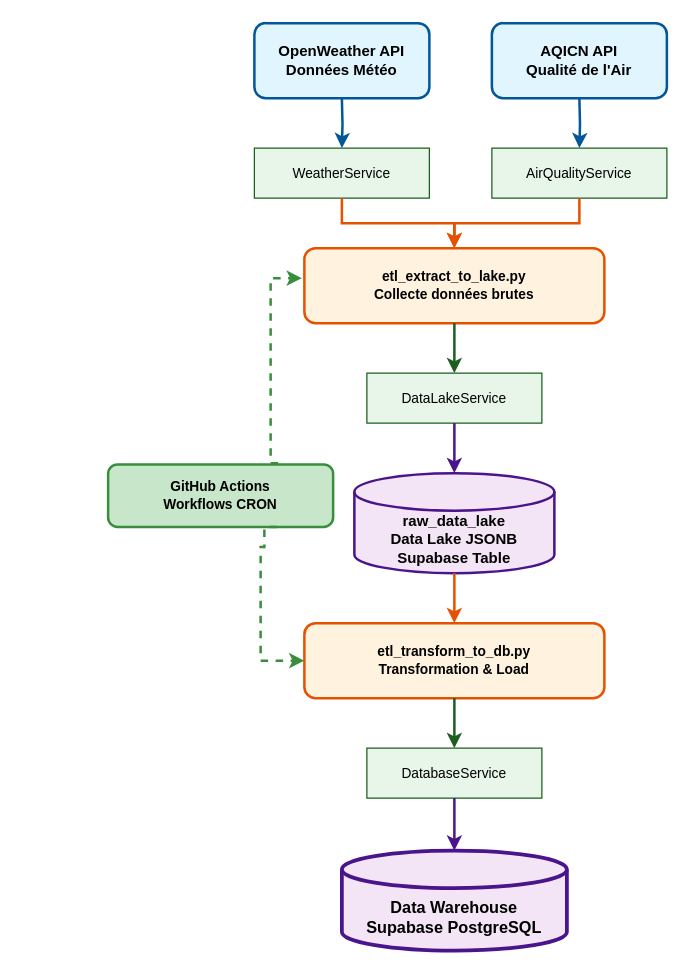
This is docs/architecture.drawio from Bastien-rab35/totalgreen-etl_2, a draw.io file, before an edit. Source tidied: cells renumbered, new cells numbered last; positions are measured from the earlier drawing's top-left corner, leaving out a move shared by most shapes. Both pictures are drawn from the tidied source at 125%, with x=0, y=0 at pixel (108, 22).
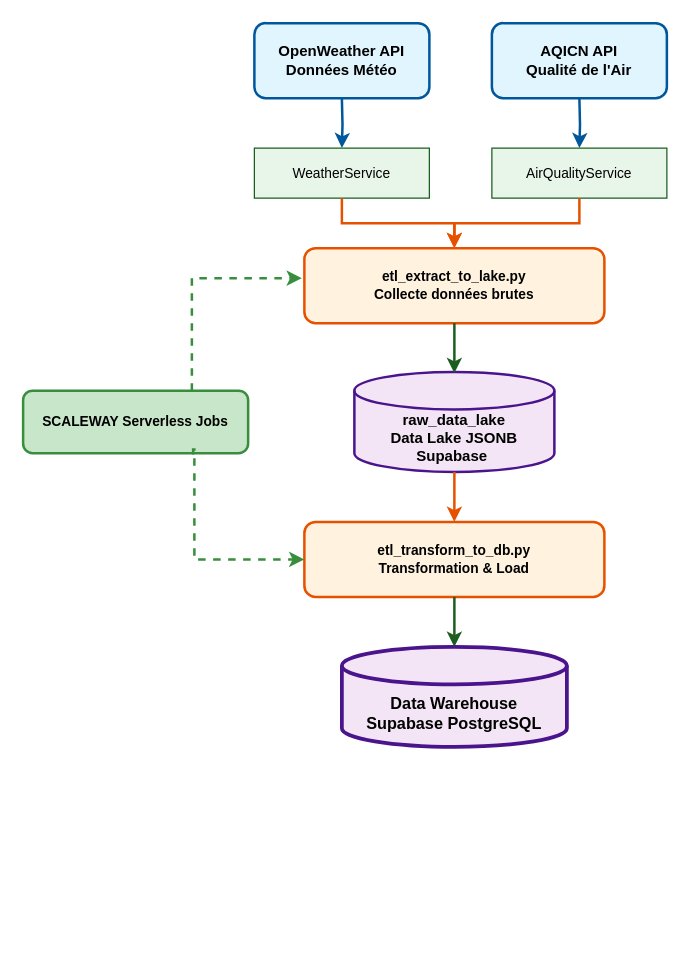
The same diagram, later.

The change refers to these unchanged cells:
```xml
<mxCell id="6" value="etl_extract_to_lake.py&#10;Collecte données brutes" style="rounded=1;whiteSpace=wrap;html=1;fillColor=#FFF3E0;strokeColor=#E65100;strokeWidth=2;fontSize=11;fontStyle=1;" parent="1" vertex="1">
  <mxGeometry x="157" y="180" width="240" height="60" as="geometry" />
</mxCell>
```

The edit, as a diff of the source:
```diff
@@
-    <mxCell id="7" value="DataLakeService" style="rounded=0;whiteSpace=wrap;html=1;fillColor=#E8F5E9;strokeColor=#1B5E20;fontSize=11;" parent="1" vertex="1">
-      <mxGeometry x="207" y="280" width="140" height="40" as="geometry" />
-    </mxCell>
-    <mxCell id="8" value="raw_data_lake&#10;Data Lake JSONB&#10;Supabase Table" style="shape=cylinder3;whiteSpace=wrap;html=1;boundedLbl=1;backgroundOutline=1;size=15;fillColor=#F3E5F5;strokeColor=#4A148C;strokeWidth=2;fontSize=12;fontStyle=1;" parent="1" vertex="1">
-      <mxGeometry x="197" y="360" width="160" height="80" as="geometry" />
+    <mxCell id="8" value="raw_data_lake&lt;br&gt;Data Lake JSONB&lt;br&gt;Supabase&amp;nbsp;" style="shape=cylinder3;whiteSpace=wrap;html=1;boundedLbl=1;backgroundOutline=1;size=15;fillColor=#F3E5F5;strokeColor=#4A148C;strokeWidth=2;fontSize=12;fontStyle=1;" parent="1" vertex="1">
+      <mxGeometry x="197" y="279" width="160" height="80" as="geometry" />
     </mxCell>
     <mxCell id="9" value="etl_transform_to_db.py&#10;Transformation &amp; Load" style="rounded=1;whiteSpace=wrap;html=1;fillColor=#FFF3E0;strokeColor=#E65100;strokeWidth=2;fontSize=11;fontStyle=1;" parent="1" vertex="1">
-      <mxGeometry x="157" y="480" width="240" height="60" as="geometry" />
+      <mxGeometry x="157" y="399" width="240" height="60" as="geometry" />
     </mxCell>
-    <mxCell id="10" value="DatabaseService" style="rounded=0;whiteSpace=wrap;html=1;fillColor=#E8F5E9;strokeColor=#1B5E20;fontSize=11;" parent="1" vertex="1">
-      <mxGeometry x="207" y="580" width="140" height="40" as="geometry" />
-    </mxCell>
     <mxCell id="11" value="Data Warehouse&#10;Supabase PostgreSQL" style="shape=cylinder3;whiteSpace=wrap;html=1;boundedLbl=1;backgroundOutline=1;size=15;fillColor=#F3E5F5;strokeColor=#4A148C;strokeWidth=3;fontSize=13;fontStyle=1;" parent="1" vertex="1">
-      <mxGeometry x="187" y="662" width="180" height="80" as="geometry" />
+      <mxGeometry x="187" y="499" width="180" height="80" as="geometry" />
     </mxCell>
@@
-    <mxCell id="16" style="edgeStyle=orthogonalEdgeStyle;rounded=0;jettySize=auto;html=1;strokeWidth=2;strokeColor=#1B5E20;" parent="1" edge="1" source="6" target="7">
-      <mxGeometry relative="1" as="geometry" />
+    <mxCell id="16" style="edgeStyle=orthogonalEdgeStyle;rounded=0;jettySize=auto;html=1;strokeWidth=2;strokeColor=#1B5E20;" parent="1" edge="1" source="6">
+      <mxGeometry relative="1" as="geometry">
+        <mxPoint x="277" y="280" as="targetPoint" />
+      </mxGeometry>
     </mxCell>
-    <mxCell id="17" style="edgeStyle=orthogonalEdgeStyle;rounded=0;jettySize=auto;html=1;strokeWidth=2;strokeColor=#4A148C;" parent="1" edge="1" source="7" target="8">
-      <mxGeometry relative="1" as="geometry" />
-    </mxCell>
@@
-    <mxCell id="19" style="edgeStyle=orthogonalEdgeStyle;rounded=0;jettySize=auto;html=1;strokeWidth=2;strokeColor=#1B5E20;" parent="1" edge="1" source="9" target="10">
-      <mxGeometry relative="1" as="geometry" />
+    <mxCell id="19" style="edgeStyle=orthogonalEdgeStyle;rounded=0;jettySize=auto;html=1;strokeWidth=2;strokeColor=#1B5E20;" parent="1" edge="1" source="9">
+      <mxGeometry relative="1" as="geometry">
+        <mxPoint x="277" y="499" as="targetPoint" />
+      </mxGeometry>
     </mxCell>
-    <mxCell id="20" style="edgeStyle=orthogonalEdgeStyle;rounded=0;jettySize=auto;html=1;strokeWidth=2;strokeColor=#4A148C;entryX=0.5;entryY=0;entryDx=0;entryDy=0;entryPerimeter=0;" parent="1" edge="1" source="10" target="11">
-      <mxGeometry relative="1" as="geometry" />
-    </mxCell>
-    <mxCell id="21" value="GitHub Actions&#10;Workflows CRON" style="rounded=1;whiteSpace=wrap;html=1;fillColor=#C8E6C9;strokeColor=#388E3C;strokeWidth=2;fontSize=11;fontStyle=1;" parent="1" vertex="1">
-      <mxGeometry y="353" width="180" height="50" as="geometry" />
+    <mxCell id="21" value="SCALEWAY Serverless Jobs" style="rounded=1;whiteSpace=wrap;html=1;fillColor=#C8E6C9;strokeColor=#388E3C;strokeWidth=2;fontSize=11;fontStyle=1;" parent="1" vertex="1">
+      <mxGeometry x="-68" y="294" width="180" height="50" as="geometry" />
     </mxCell>
     <mxCell id="22" style="edgeStyle=orthogonalEdgeStyle;rounded=0;jettySize=auto;html=1;strokeWidth=2;strokeColor=#388E3C;dashed=1;exitX=0.75;exitY=0;exitDx=0;exitDy=0;" parent="1" edge="1" source="21">
       <mxGeometry relative="1" as="geometry">
         <mxPoint x="155" y="204" as="targetPoint" />
         <Array as="points">
-          <mxPoint x="135" y="352" />
-          <mxPoint x="130" y="352" />
-          <mxPoint x="130" y="204" />
+          <mxPoint x="67" y="276" />
+          <mxPoint x="67" y="204" />
         </Array>
       </mxGeometry>
     </mxCell>
     <mxCell id="23" style="edgeStyle=orthogonalEdgeStyle;rounded=0;jettySize=auto;html=1;strokeWidth=2;strokeColor=#388E3C;exitX=0.75;exitY=1;exitDx=0;exitDy=0;entryX=0;entryY=0.5;entryDx=0;entryDy=0;dashed=1;" parent="1" edge="1" source="21" target="9">
       <mxGeometry relative="1" as="geometry">
         <Array as="points">
-          <mxPoint x="125" y="403" />
-          <mxPoint x="125" y="419" />
-          <mxPoint x="122" y="419" />
-          <mxPoint x="122" y="510" />
+          <mxPoint x="68" y="341" />
+          <mxPoint x="69" y="341" />
+          <mxPoint x="69" y="429" />
         </Array>
       </mxGeometry>
     </mxCell>
```
